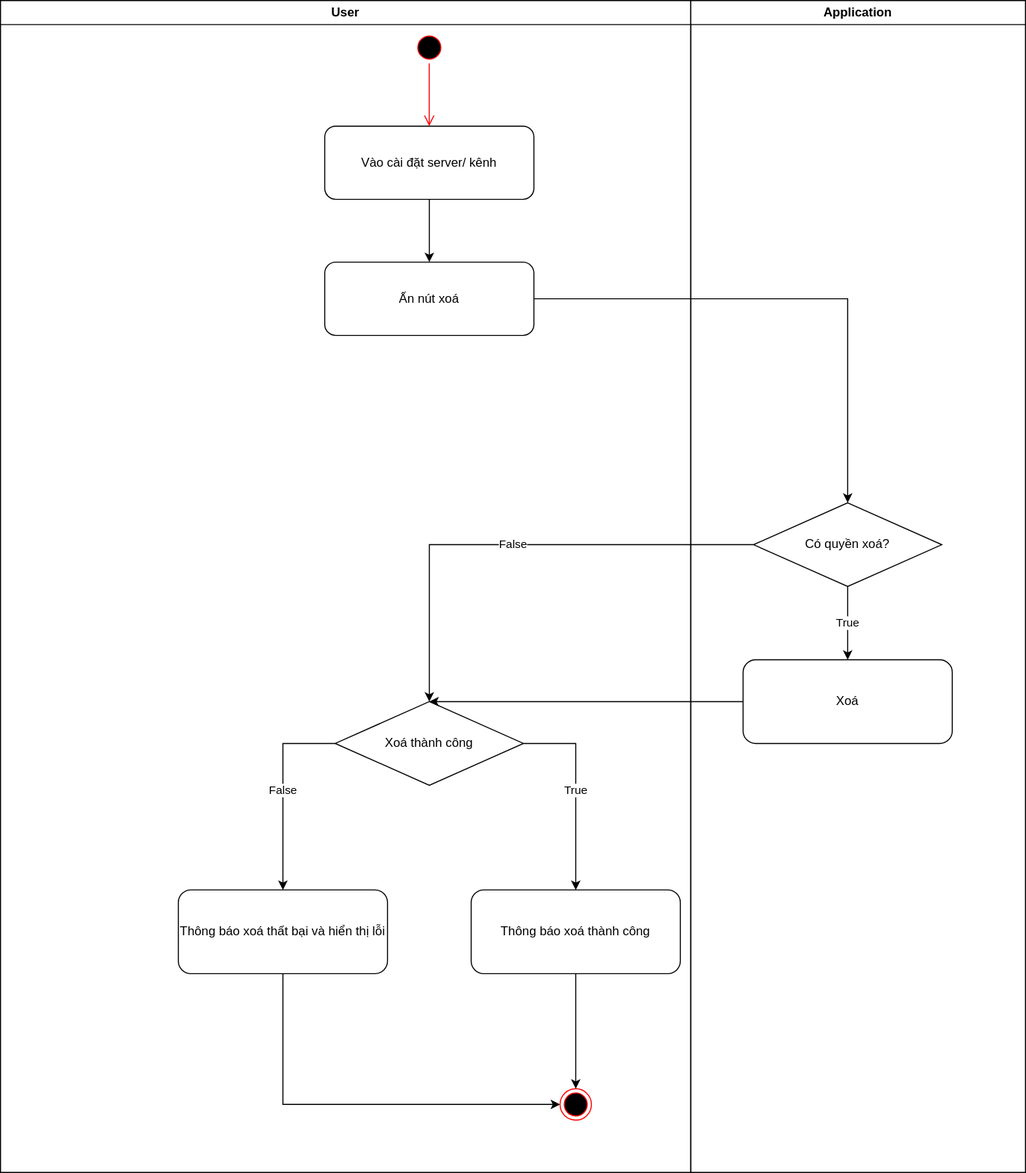
Above: Activity Diagram/Delete Channel_ Server.drawio.svg in DUYCUTEPHOMAIQUE/IT3120-PTTKHT (draw.io), before the change. Source tidied: cells renumbered, new cells last; positions are measured from the earlier drawing's top-left corner, leaving out a move shared by most shapes. Its diagram source:
```xml
<mxGraphModel>
  <root>
    <mxCell id="0" />
    <mxCell id="1" parent="0" />
    <mxCell id="2" value="User" style="swimlane;whiteSpace=wrap;html=1;" parent="1" vertex="1">
      <mxGeometry width="660" height="1120" as="geometry" />
    </mxCell>
    <mxCell id="3" value="Vào cài đặt server/ kênh" style="rounded=1;whiteSpace=wrap;html=1;" parent="2" vertex="1">
      <mxGeometry x="310" y="120" width="200" height="70" as="geometry" />
    </mxCell>
    <mxCell id="4" style="edgeStyle=orthogonalEdgeStyle;rounded=0;jettySize=auto;html=1;exitX=0.5;exitY=1;exitDx=0;exitDy=0;entryX=0.5;entryY=0;entryDx=0;entryDy=0;" parent="2" edge="1" source="3" target="7">
      <mxGeometry relative="1" as="geometry" />
    </mxCell>
    <mxCell id="5" style="ellipse;html=1;shape=startState;fillColor=#000000;strokeColor=#ff0000;" parent="2" vertex="1">
      <mxGeometry x="395" y="30" width="30" height="30" as="geometry" />
    </mxCell>
    <mxCell id="6" style="edgeStyle=orthogonalEdgeStyle;html=1;verticalAlign=bottom;endArrow=open;endSize=8;strokeColor=#ff0000;rounded=0;" parent="2" edge="1">
      <mxGeometry relative="1" as="geometry">
        <mxPoint x="409.9" y="60" as="sourcePoint" />
        <mxPoint x="409.9" y="120" as="targetPoint" />
      </mxGeometry>
    </mxCell>
    <mxCell id="7" value="Ấn nút xoá" style="rounded=1;whiteSpace=wrap;html=1;" parent="2" vertex="1">
      <mxGeometry x="310" y="250" width="200" height="70" as="geometry" />
    </mxCell>
    <mxCell id="8" value="Xoá thành công" style="rhombus;whiteSpace=wrap;html=1;" parent="2" vertex="1">
      <mxGeometry x="320" y="670" width="180" height="80" as="geometry" />
    </mxCell>
    <mxCell id="9" style="edgeStyle=orthogonalEdgeStyle;rounded=0;jettySize=auto;html=1;entryX=0;entryY=0.5;entryDx=0;entryDy=0;" parent="2" edge="1" source="10" target="14">
      <mxGeometry relative="1" as="geometry">
        <Array as="points">
          <mxPoint x="270" y="1055" />
        </Array>
      </mxGeometry>
    </mxCell>
    <mxCell id="10" value="Thông báo xoá thất bại và hiển thị lỗi" style="rounded=1;whiteSpace=wrap;html=1;" parent="2" vertex="1">
      <mxGeometry x="170" y="850" width="200" height="80" as="geometry" />
    </mxCell>
    <mxCell id="11" value="False" style="endArrow=classic;html=1;rounded=0;exitX=0;exitY=0.5;exitDx=0;exitDy=0;entryX=0.5;entryY=0;entryDx=0;entryDy=0;" parent="2" edge="1" source="8" target="10">
      <mxGeometry relative="1" as="geometry">
        <Array as="points">
          <mxPoint x="270" y="710" />
        </Array>
      </mxGeometry>
    </mxCell>
    <mxCell id="12" value="Thông báo xoá thành công" style="rounded=1;whiteSpace=wrap;html=1;" parent="2" vertex="1">
      <mxGeometry x="450" y="850" width="200" height="80" as="geometry" />
    </mxCell>
    <mxCell id="13" value="True" style="endArrow=classic;html=1;rounded=0;exitX=1;exitY=0.5;exitDx=0;exitDy=0;entryX=0.5;entryY=0;entryDx=0;entryDy=0;" parent="2" edge="1" source="8" target="12">
      <mxGeometry relative="1" as="geometry">
        <Array as="points">
          <mxPoint x="550" y="710" />
        </Array>
      </mxGeometry>
    </mxCell>
    <mxCell id="14" style="ellipse;html=1;shape=endState;fillColor=#000000;strokeColor=#ff0000;" parent="2" vertex="1">
      <mxGeometry x="535" y="1040" width="30" height="30" as="geometry" />
    </mxCell>
    <mxCell id="15" style="endArrow=classic;html=1;rounded=0;exitX=0.5;exitY=1;exitDx=0;exitDy=0;" parent="2" edge="1" source="12" target="14">
      <mxGeometry relative="1" as="geometry" />
    </mxCell>
    <mxCell id="16" value="Application" style="swimlane;whiteSpace=wrap;html=1;" parent="1" vertex="1">
      <mxGeometry x="660" width="320" height="1120" as="geometry" />
    </mxCell>
    <mxCell id="17" value="Có quyền xoá?" style="rhombus;whiteSpace=wrap;html=1;" parent="16" vertex="1">
      <mxGeometry x="60" y="480" width="180" height="80" as="geometry" />
    </mxCell>
    <mxCell id="18" value="Xoá" style="rounded=1;whiteSpace=wrap;html=1;" parent="16" vertex="1">
      <mxGeometry x="50" y="630" width="200" height="80" as="geometry" />
    </mxCell>
    <mxCell id="19" value="True" style="endArrow=classic;html=1;rounded=0;exitX=0.5;exitY=1;exitDx=0;exitDy=0;entryX=0.5;entryY=0;entryDx=0;entryDy=0;" parent="16" edge="1" source="17" target="18">
      <mxGeometry relative="1" as="geometry" />
    </mxCell>
    <mxCell id="20" style="endArrow=classic;html=1;rounded=0;exitX=1;exitY=0.5;exitDx=0;exitDy=0;" parent="1" edge="1" source="7" target="17">
      <mxGeometry relative="1" as="geometry">
        <Array as="points">
          <mxPoint x="810" y="285" />
        </Array>
      </mxGeometry>
    </mxCell>
    <mxCell id="21" value="False" style="endArrow=classic;html=1;rounded=0;exitX=0;exitY=0.5;exitDx=0;exitDy=0;entryX=0.5;entryY=0;entryDx=0;entryDy=0;" parent="1" edge="1" source="17" target="8">
      <mxGeometry relative="1" as="geometry">
        <Array as="points">
          <mxPoint x="410" y="520" />
        </Array>
      </mxGeometry>
    </mxCell>
    <mxCell id="22" style="endArrow=classic;html=1;rounded=0;exitX=0;exitY=0.5;exitDx=0;exitDy=0;entryX=0.5;entryY=0;entryDx=0;entryDy=0;" parent="1" edge="1" source="18" target="8">
      <mxGeometry relative="1" as="geometry" />
    </mxCell>
  </root>
</mxGraphModel>
```
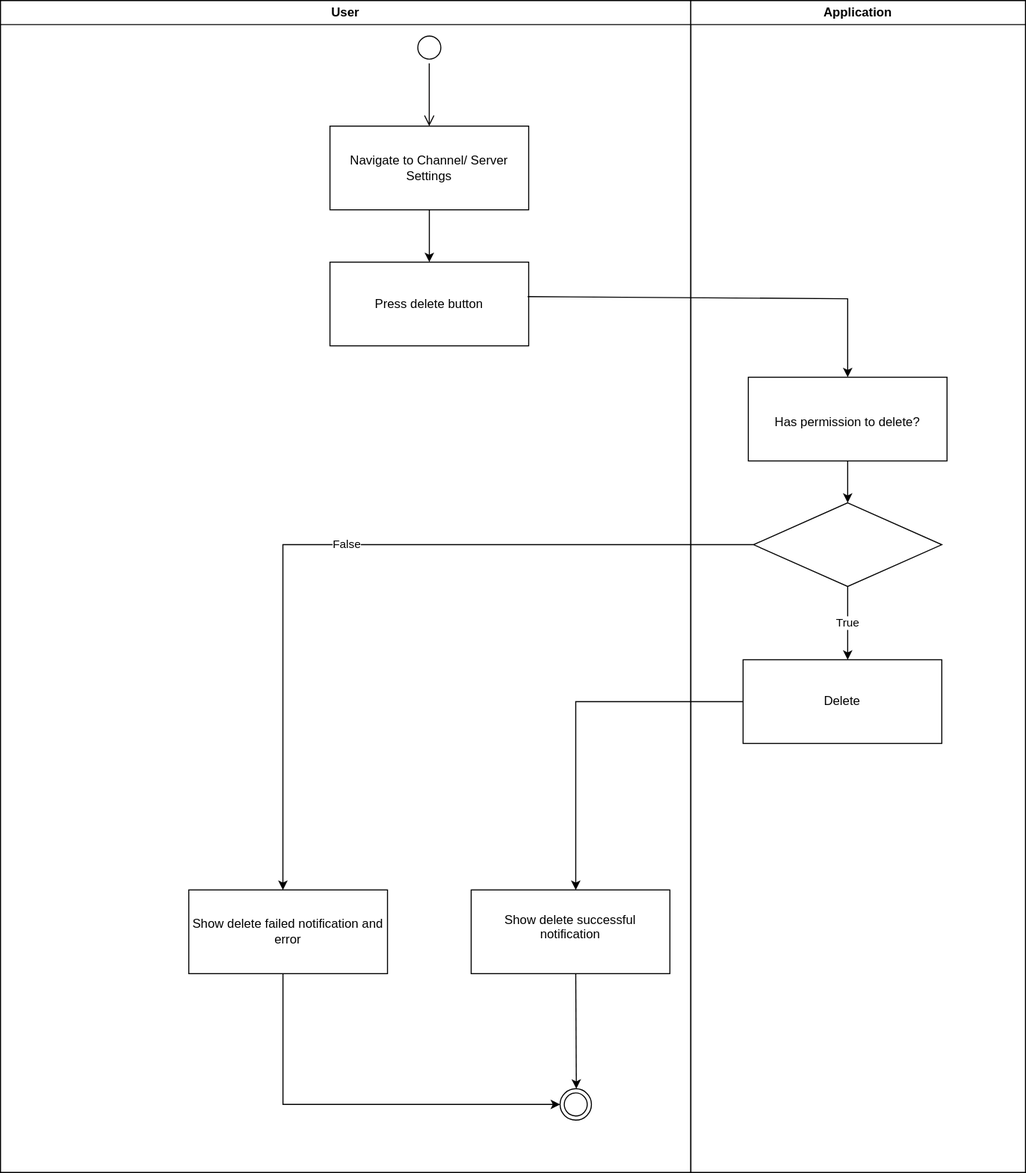
The same file after the commit.

Commit message:
update activity diagram for channel and server follow standard

The edit, as a diff of the source:
```diff
@@ -5,88 +5,92 @@
     <mxCell id="2" value="User" style="swimlane;whiteSpace=wrap;html=1;" parent="1" vertex="1">
       <mxGeometry width="660" height="1120" as="geometry" />
     </mxCell>
-    <mxCell id="3" value="Vào cài đặt server/ kênh" style="rounded=1;whiteSpace=wrap;html=1;" parent="2" vertex="1">
-      <mxGeometry x="310" y="120" width="200" height="70" as="geometry" />
-    </mxCell>
-    <mxCell id="4" style="edgeStyle=orthogonalEdgeStyle;rounded=0;jettySize=auto;html=1;exitX=0.5;exitY=1;exitDx=0;exitDy=0;entryX=0.5;entryY=0;entryDx=0;entryDy=0;" parent="2" edge="1" source="3" target="7">
-      <mxGeometry relative="1" as="geometry" />
+    <mxCell id="4" style="edgeStyle=orthogonalEdgeStyle;rounded=0;orthogonalLoop=1;jettySize=auto;html=1;exitX=0.5;exitY=1;exitDx=0;exitDy=0;entryX=0.5;entryY=0;entryDx=0;entryDy=0;" parent="2" edge="1">
+      <mxGeometry relative="1" as="geometry">
+        <mxPoint x="410" y="190" as="sourcePoint" />
+        <mxPoint x="410" y="250" as="targetPoint" />
+      </mxGeometry>
     </mxCell>
-    <mxCell id="5" style="ellipse;html=1;shape=startState;fillColor=#000000;strokeColor=#ff0000;" parent="2" vertex="1">
+    <mxCell id="5" style="ellipse;html=1;shape=startState;fillColor=none;strokeColor=light-dark(#000000, #ff9090);" parent="2" vertex="1">
       <mxGeometry x="395" y="30" width="30" height="30" as="geometry" />
     </mxCell>
-    <mxCell id="6" style="edgeStyle=orthogonalEdgeStyle;html=1;verticalAlign=bottom;endArrow=open;endSize=8;strokeColor=#ff0000;rounded=0;" parent="2" edge="1">
+    <mxCell id="6" style="edgeStyle=orthogonalEdgeStyle;html=1;verticalAlign=bottom;endArrow=open;endSize=8;strokeColor=#030000;rounded=0;" parent="2" edge="1">
       <mxGeometry relative="1" as="geometry">
         <mxPoint x="409.9" y="60" as="sourcePoint" />
         <mxPoint x="409.9" y="120" as="targetPoint" />
       </mxGeometry>
     </mxCell>
-    <mxCell id="7" value="Ấn nút xoá" style="rounded=1;whiteSpace=wrap;html=1;" parent="2" vertex="1">
-      <mxGeometry x="310" y="250" width="200" height="70" as="geometry" />
-    </mxCell>
-    <mxCell id="8" value="Xoá thành công" style="rhombus;whiteSpace=wrap;html=1;" parent="2" vertex="1">
-      <mxGeometry x="320" y="670" width="180" height="80" as="geometry" />
-    </mxCell>
-    <mxCell id="9" style="edgeStyle=orthogonalEdgeStyle;rounded=0;jettySize=auto;html=1;entryX=0;entryY=0.5;entryDx=0;entryDy=0;" parent="2" edge="1" source="10" target="14">
+    <mxCell id="9" style="edgeStyle=orthogonalEdgeStyle;rounded=0;jettySize=auto;html=1;entryX=0;entryY=0.5;entryDx=0;entryDy=0;" parent="2" edge="1" target="14">
       <mxGeometry relative="1" as="geometry">
+        <mxPoint x="270.1" y="930" as="sourcePoint" />
         <Array as="points">
           <mxPoint x="270" y="1055" />
         </Array>
       </mxGeometry>
     </mxCell>
-    <mxCell id="10" value="Thông báo xoá thất bại và hiển thị lỗi" style="rounded=1;whiteSpace=wrap;html=1;" parent="2" vertex="1">
-      <mxGeometry x="170" y="850" width="200" height="80" as="geometry" />
-    </mxCell>
-    <mxCell id="11" value="False" style="endArrow=classic;html=1;rounded=0;exitX=0;exitY=0.5;exitDx=0;exitDy=0;entryX=0.5;entryY=0;entryDx=0;entryDy=0;" parent="2" edge="1" source="8" target="10">
-      <mxGeometry relative="1" as="geometry">
-        <Array as="points">
-          <mxPoint x="270" y="710" />
-        </Array>
-      </mxGeometry>
-    </mxCell>
-    <mxCell id="12" value="Thông báo xoá thành công" style="rounded=1;whiteSpace=wrap;html=1;" parent="2" vertex="1">
-      <mxGeometry x="450" y="850" width="200" height="80" as="geometry" />
-    </mxCell>
-    <mxCell id="13" value="True" style="endArrow=classic;html=1;rounded=0;exitX=1;exitY=0.5;exitDx=0;exitDy=0;entryX=0.5;entryY=0;entryDx=0;entryDy=0;" parent="2" edge="1" source="8" target="12">
-      <mxGeometry relative="1" as="geometry">
-        <Array as="points">
-          <mxPoint x="550" y="710" />
-        </Array>
-      </mxGeometry>
-    </mxCell>
-    <mxCell id="14" style="ellipse;html=1;shape=endState;fillColor=#000000;strokeColor=#ff0000;" parent="2" vertex="1">
+    <mxCell id="14" style="ellipse;html=1;shape=endState;fillColor=none;strokeColor=light-dark(#000000, #ff9090);" parent="2" vertex="1">
       <mxGeometry x="535" y="1040" width="30" height="30" as="geometry" />
     </mxCell>
-    <mxCell id="15" style="endArrow=classic;html=1;rounded=0;exitX=0.5;exitY=1;exitDx=0;exitDy=0;" parent="2" edge="1" source="12" target="14">
-      <mxGeometry relative="1" as="geometry" />
+    <mxCell id="15" style="endArrow=classic;html=1;rounded=0;exitX=0.5;exitY=1;exitDx=0;exitDy=0;" parent="2" edge="1" target="14">
+      <mxGeometry relative="1" as="geometry">
+        <mxPoint x="550" y="930" as="sourcePoint" />
+      </mxGeometry>
     </mxCell>
+    <mxCell id="23" value="Navigate to Channel/ Server Settings" style="rounded=0;whiteSpace=wrap;html=1;" parent="2" vertex="1">
+      <mxGeometry x="315" y="120" width="190" height="80" as="geometry" />
+    </mxCell>
+    <mxCell id="24" value="Press delete button" style="rounded=0;whiteSpace=wrap;html=1;" parent="2" vertex="1">
+      <mxGeometry x="315" y="250" width="190" height="80" as="geometry" />
+    </mxCell>
+    <mxCell id="25" value="Show delete failed notification and error" style="rounded=0;whiteSpace=wrap;html=1;" parent="2" vertex="1">
+      <mxGeometry x="180" y="850" width="190" height="80" as="geometry" />
+    </mxCell>
+    <mxCell id="26" value="&#10;&lt;table&gt;&lt;tbody&gt;&lt;tr&gt;&lt;td&gt;&lt;/td&gt;&lt;/tr&gt;&lt;/tbody&gt;&lt;/table&gt;&lt;table&gt;&lt;tbody&gt;&lt;tr&gt;&lt;td&gt;Show delete successful notification&lt;/td&gt;&lt;/tr&gt;&lt;/tbody&gt;&lt;/table&gt;&#10;&#10;" style="rounded=0;whiteSpace=wrap;html=1;" parent="2" vertex="1">
+      <mxGeometry x="450" y="850" width="190" height="80" as="geometry" />
+    </mxCell>
     <mxCell id="16" value="Application" style="swimlane;whiteSpace=wrap;html=1;" parent="1" vertex="1">
       <mxGeometry x="660" width="320" height="1120" as="geometry" />
     </mxCell>
-    <mxCell id="17" value="Có quyền xoá?" style="rhombus;whiteSpace=wrap;html=1;" parent="16" vertex="1">
+    <mxCell id="17" style="rhombus;whiteSpace=wrap;html=1;" parent="16" vertex="1">
       <mxGeometry x="60" y="480" width="180" height="80" as="geometry" />
     </mxCell>
-    <mxCell id="18" value="Xoá" style="rounded=1;whiteSpace=wrap;html=1;" parent="16" vertex="1">
-      <mxGeometry x="50" y="630" width="200" height="80" as="geometry" />
-    </mxCell>
-    <mxCell id="19" value="True" style="endArrow=classic;html=1;rounded=0;exitX=0.5;exitY=1;exitDx=0;exitDy=0;entryX=0.5;entryY=0;entryDx=0;entryDy=0;" parent="16" edge="1" source="17" target="18">
-      <mxGeometry relative="1" as="geometry" />
+    <mxCell id="19" value="True" style="endArrow=classic;html=1;rounded=0;exitX=0.5;exitY=1;exitDx=0;exitDy=0;entryX=0.5;entryY=0;entryDx=0;entryDy=0;" parent="16" edge="1" source="17">
+      <mxGeometry relative="1" as="geometry">
+        <mxPoint x="150" y="630" as="targetPoint" />
+      </mxGeometry>
     </mxCell>
+    <mxCell id="27" style="edgeStyle=orthogonalEdgeStyle;rounded=0;jettySize=auto;html=1;" parent="16" edge="1" source="28" target="17">
+      <mxGeometry relative="1" as="geometry" />
+    </mxCell>
+    <mxCell id="28" value="&lt;table&gt;&lt;tbody&gt;&lt;tr&gt;&lt;td&gt;&lt;/td&gt;&lt;/tr&gt;&lt;/tbody&gt;&lt;/table&gt;&lt;table&gt;&lt;tbody&gt;&lt;tr&gt;&lt;td&gt;Has permission to delete?&lt;/td&gt;&lt;/tr&gt;&lt;/tbody&gt;&lt;/table&gt;" style="rounded=0;whiteSpace=wrap;html=1;" parent="16" vertex="1">
+      <mxGeometry x="55" y="360" width="190" height="80" as="geometry" />
+    </mxCell>
+    <mxCell id="29" value="Delete" style="rounded=0;whiteSpace=wrap;html=1;" parent="16" vertex="1">
+      <mxGeometry x="50" y="630" width="190" height="80" as="geometry" />
+    </mxCell>
-    <mxCell id="20" style="endArrow=classic;html=1;rounded=0;exitX=1;exitY=0.5;exitDx=0;exitDy=0;" parent="1" edge="1" source="7" target="17">
+    <mxCell id="20" style="endArrow=classic;html=1;rounded=0;exitX=0.995;exitY=0.412;exitDx=0;exitDy=0;exitPerimeter=0;" parent="1" edge="1" source="24" target="28">
       <mxGeometry relative="1" as="geometry">
         <Array as="points">
           <mxPoint x="810" y="285" />
         </Array>
       </mxGeometry>
     </mxCell>
-    <mxCell id="21" value="False" style="endArrow=classic;html=1;rounded=0;exitX=0;exitY=0.5;exitDx=0;exitDy=0;entryX=0.5;entryY=0;entryDx=0;entryDy=0;" parent="1" edge="1" source="17" target="8">
+    <mxCell id="21" value="False" style="endArrow=classic;html=1;rounded=0;exitX=0;exitY=0.5;exitDx=0;exitDy=0;entryX=0.5;entryY=0;entryDx=0;entryDy=0;" parent="1" edge="1" source="17">
       <mxGeometry relative="1" as="geometry">
+        <mxPoint x="270" y="850" as="targetPoint" />
         <Array as="points">
-          <mxPoint x="410" y="520" />
+          <mxPoint x="270" y="520" />
         </Array>
       </mxGeometry>
     </mxCell>
-    <mxCell id="22" style="endArrow=classic;html=1;rounded=0;exitX=0;exitY=0.5;exitDx=0;exitDy=0;entryX=0.5;entryY=0;entryDx=0;entryDy=0;" parent="1" edge="1" source="18" target="8">
-      <mxGeometry relative="1" as="geometry" />
+    <mxCell id="22" style="endArrow=classic;html=1;rounded=0;exitX=0;exitY=0.5;exitDx=0;exitDy=0;" parent="1" edge="1">
+      <mxGeometry relative="1" as="geometry">
+        <mxPoint x="710" y="670" as="sourcePoint" />
+        <mxPoint x="550" y="850" as="targetPoint" />
+        <Array as="points">
+          <mxPoint x="550" y="670" />
+        </Array>
+      </mxGeometry>
     </mxCell>
   </root>
 </mxGraphModel>
```
